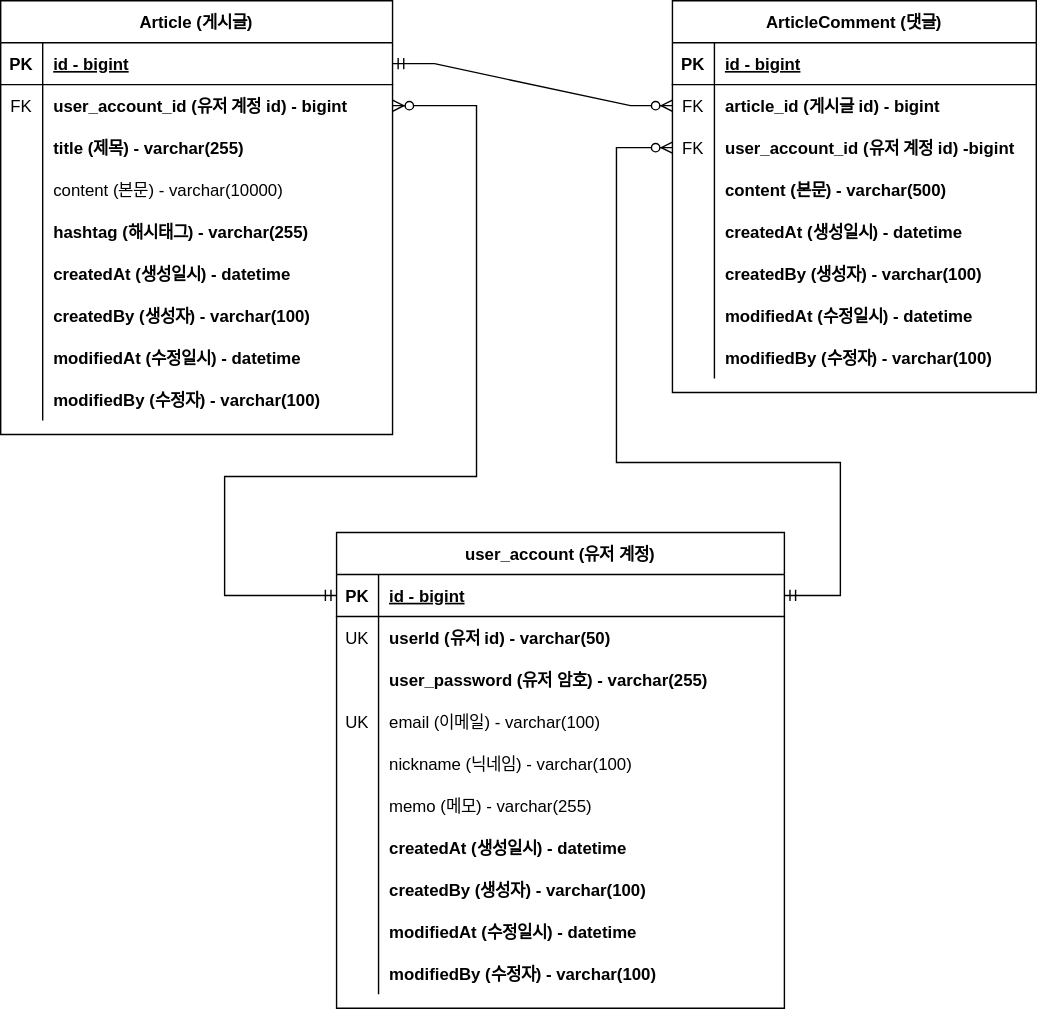
Earlier version of the draw.io export document/board-erd.svg (skskdmsdl/springboot-board). Source tidied: cells renumbered, new cells last; positions are measured from the earlier drawing's top-left corner, leaving out a move shared by most shapes.
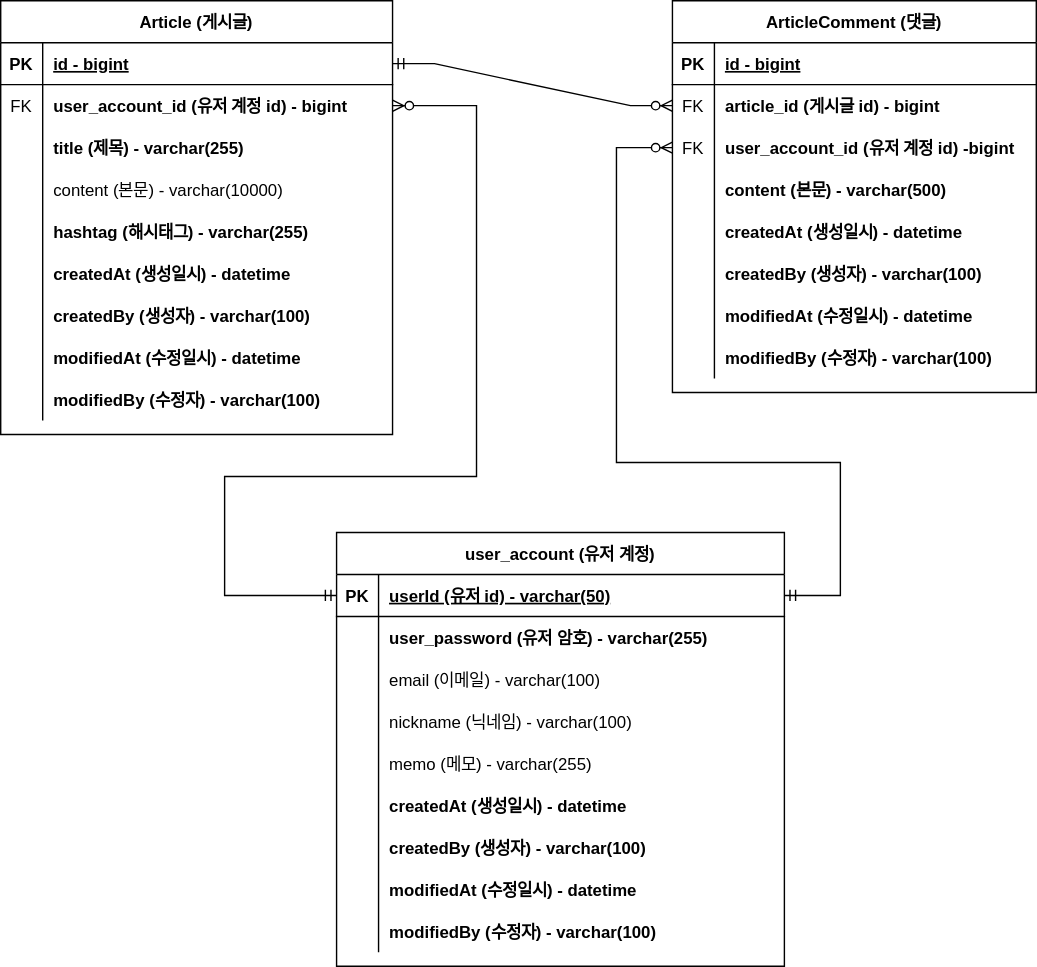
Above is the later version.

Commit message:
#37 - ERD 문서 수정: 회원 계정 user_id 를 PK 로 변경

회원 계정 기존 `id` 를 삭제하고 `user_id`를 pk로 변경하는 그림 적용

Diff of the diagram source:
```diff
@@ -165,7 +165,7 @@
       <mxGeometry relative="1" as="geometry" />
     </mxCell>
     <mxCell id="56" value="user_account (유저 계정)" style="shape=table;startSize=30;rowLines=0;fontStyle=1;align=center;" parent="1" vertex="1">
-      <mxGeometry x="240" y="380" width="320" height="340" as="geometry" />
+      <mxGeometry x="240" y="380" width="320" height="310" as="geometry" />
     </mxCell>
     <mxCell id="57" style="shape=partialRectangle;fillColor=none;points=[[0,0.5],[1,0.5]];portConstraint=eastwest;top=0;left=0;right=0;bottom=1;" parent="56" vertex="1">
       <mxGeometry y="30" width="320" height="30" as="geometry" />
@@ -173,20 +173,11 @@
     <mxCell id="58" value="PK" style="shape=partialRectangle;overflow=hidden;fillColor=none;top=0;left=0;bottom=0;right=0;fontStyle=1;" parent="57" vertex="1">
       <mxGeometry width="30" height="30" as="geometry" />
     </mxCell>
-    <mxCell id="59" value="id - bigint" style="shape=partialRectangle;overflow=hidden;fillColor=none;top=0;left=0;bottom=0;right=0;align=left;spacingLeft=6;fontStyle=5;" parent="57" vertex="1">
+    <mxCell id="59" value="userId (유저 id) - varchar(50)" style="shape=partialRectangle;overflow=hidden;fillColor=none;top=0;left=0;bottom=0;right=0;align=left;spacingLeft=6;fontStyle=5;" parent="57" vertex="1">
       <mxGeometry x="30" width="290" height="30" as="geometry" />
     </mxCell>
-    <mxCell id="60" style="shape=partialRectangle;fillColor=none;top=0;left=0;right=0;bottom=0;" parent="56" vertex="1">
-      <mxGeometry y="60" width="320" height="30" as="geometry" />
-    </mxCell>
-    <mxCell id="61" value="UK" style="shape=partialRectangle;overflow=hidden;fillColor=none;top=0;left=0;bottom=0;right=0;" parent="60" vertex="1">
-      <mxGeometry width="30" height="30" as="geometry" />
-    </mxCell>
-    <mxCell id="62" value="userId (유저 id) - varchar(50)" style="shape=partialRectangle;overflow=hidden;fillColor=none;top=0;left=0;bottom=0;right=0;align=left;spacingLeft=6;fontStyle=1;" parent="60" vertex="1">
-      <mxGeometry x="30" width="290" height="30" as="geometry" />
-    </mxCell>
     <mxCell id="63" style="shape=partialRectangle;fillColor=none;top=0;left=0;right=0;bottom=0;" parent="56" vertex="1">
-      <mxGeometry y="90" width="320" height="30" as="geometry" />
+      <mxGeometry y="60" width="320" height="30" as="geometry" />
     </mxCell>
     <mxCell id="64" style="shape=partialRectangle;overflow=hidden;fillColor=none;top=0;left=0;bottom=0;right=0;" parent="63" vertex="1">
       <mxGeometry width="30" height="30" as="geometry" />
@@ -195,16 +186,16 @@
       <mxGeometry x="30" width="290" height="30" as="geometry" />
     </mxCell>
     <mxCell id="66" style="shape=partialRectangle;fillColor=none;top=0;left=0;right=0;bottom=0;fontStyle=1;" parent="56" vertex="1">
-      <mxGeometry y="120" width="320" height="30" as="geometry" />
+      <mxGeometry y="90" width="320" height="30" as="geometry" />
     </mxCell>
-    <mxCell id="67" value="UK" style="shape=partialRectangle;overflow=hidden;fillColor=none;top=0;left=0;bottom=0;right=0;" parent="66" vertex="1">
+    <mxCell id="67" style="shape=partialRectangle;overflow=hidden;fillColor=none;top=0;left=0;bottom=0;right=0;" parent="66" vertex="1">
       <mxGeometry width="30" height="30" as="geometry" />
     </mxCell>
     <mxCell id="68" value="email (이메일) - varchar(100)" style="shape=partialRectangle;overflow=hidden;fillColor=none;top=0;left=0;bottom=0;right=0;align=left;spacingLeft=6;fontStyle=0;" parent="66" vertex="1">
       <mxGeometry x="30" width="290" height="30" as="geometry" />
     </mxCell>
     <mxCell id="69" style="shape=partialRectangle;fillColor=none;top=0;left=0;right=0;bottom=0;" parent="56" vertex="1">
-      <mxGeometry y="150" width="320" height="30" as="geometry" />
+      <mxGeometry y="120" width="320" height="30" as="geometry" />
     </mxCell>
     <mxCell id="70" style="shape=partialRectangle;overflow=hidden;fillColor=none;top=0;left=0;bottom=0;right=0;" parent="69" vertex="1">
       <mxGeometry width="30" height="30" as="geometry" />
@@ -213,7 +204,7 @@
       <mxGeometry x="30" width="290" height="30" as="geometry" />
     </mxCell>
     <mxCell id="72" style="shape=partialRectangle;fillColor=none;top=0;left=0;right=0;bottom=0;" parent="56" vertex="1">
-      <mxGeometry y="180" width="320" height="30" as="geometry" />
+      <mxGeometry y="150" width="320" height="30" as="geometry" />
     </mxCell>
     <mxCell id="73" style="shape=partialRectangle;overflow=hidden;fillColor=none;top=0;left=0;bottom=0;right=0;" parent="72" vertex="1">
       <mxGeometry width="30" height="30" as="geometry" />
@@ -222,7 +213,7 @@
       <mxGeometry x="30" width="290" height="30" as="geometry" />
     </mxCell>
     <mxCell id="75" style="shape=partialRectangle;fillColor=none;top=0;left=0;right=0;bottom=0;" parent="56" vertex="1">
-      <mxGeometry y="210" width="320" height="30" as="geometry" />
+      <mxGeometry y="180" width="320" height="30" as="geometry" />
     </mxCell>
     <mxCell id="76" style="shape=partialRectangle;overflow=hidden;fillColor=none;top=0;left=0;bottom=0;right=0;" parent="75" vertex="1">
       <mxGeometry width="30" height="30" as="geometry" />
@@ -231,7 +222,7 @@
       <mxGeometry x="30" width="290" height="30" as="geometry" />
     </mxCell>
     <mxCell id="78" style="shape=partialRectangle;fillColor=none;top=0;left=0;right=0;bottom=0;" parent="56" vertex="1">
-      <mxGeometry y="240" width="320" height="30" as="geometry" />
+      <mxGeometry y="210" width="320" height="30" as="geometry" />
     </mxCell>
     <mxCell id="79" style="shape=partialRectangle;overflow=hidden;fillColor=none;top=0;left=0;bottom=0;right=0;" parent="78" vertex="1">
       <mxGeometry width="30" height="30" as="geometry" />
@@ -240,7 +231,7 @@
       <mxGeometry x="30" width="290" height="30" as="geometry" />
     </mxCell>
     <mxCell id="81" style="shape=partialRectangle;fillColor=none;top=0;left=0;right=0;bottom=0;" parent="56" vertex="1">
-      <mxGeometry y="270" width="320" height="30" as="geometry" />
+      <mxGeometry y="240" width="320" height="30" as="geometry" />
     </mxCell>
     <mxCell id="82" style="shape=partialRectangle;overflow=hidden;fillColor=none;top=0;left=0;bottom=0;right=0;" parent="81" vertex="1">
       <mxGeometry width="30" height="30" as="geometry" />
@@ -249,7 +240,7 @@
       <mxGeometry x="30" width="290" height="30" as="geometry" />
     </mxCell>
     <mxCell id="84" style="shape=partialRectangle;fillColor=none;top=0;left=0;right=0;bottom=0;" parent="56" vertex="1">
-      <mxGeometry y="300" width="320" height="30" as="geometry" />
+      <mxGeometry y="270" width="320" height="30" as="geometry" />
     </mxCell>
     <mxCell id="85" style="shape=partialRectangle;overflow=hidden;fillColor=none;top=0;left=0;bottom=0;right=0;" parent="84" vertex="1">
       <mxGeometry width="30" height="30" as="geometry" />
```
